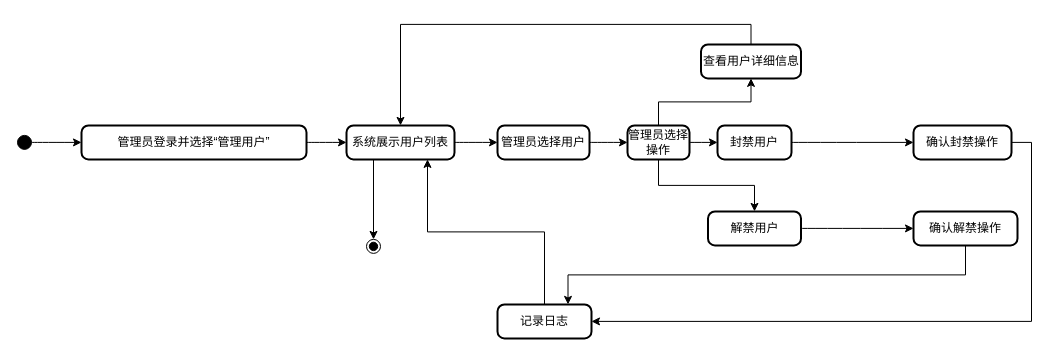
Above: page "行为建模" (2 of 2) of 文档/需求分析规约文档/三种建模/05管理用户用例建模.drawio in w1ntercube/TJ-SE-Design (draw.io), before the change. Source tidied: cells renumbered, new cells numbered last; positions are measured from the earlier drawing's top-left corner, leaving out a move shared by most shapes. Both pictures are drawn from the tidied source at 100%, with x=0, y=0 at pixel (17, 44).
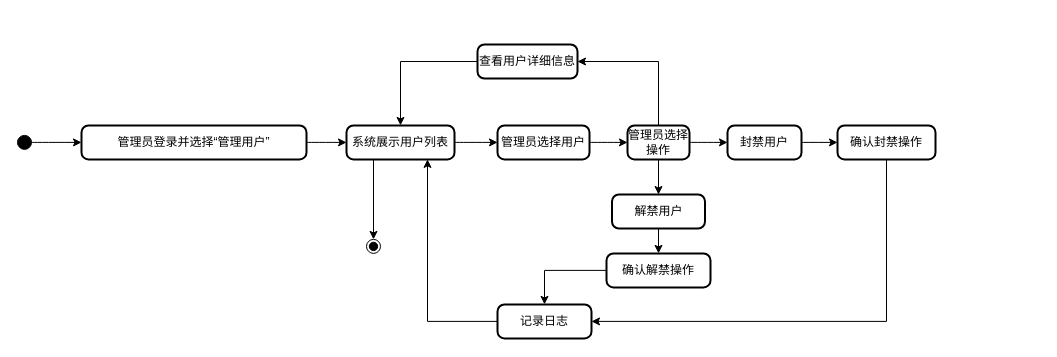
Above is the later version.

Unchanged cells that the change refers to:
```xml
<mxCell id="5" value="系统展示用户列表" style="rounded=1;absoluteArcSize=1;arcSize=14;whiteSpace=wrap;strokeWidth=2;" parent="1" vertex="1">
  <mxGeometry x="329" y="80.9" width="108" height="34" as="geometry" />
</mxCell>
<mxCell id="9" value="管理员选择操作" style="rounded=1;absoluteArcSize=1;arcSize=14;whiteSpace=wrap;strokeWidth=2;" parent="1" vertex="1">
  <mxGeometry x="610" y="80.9" width="62" height="34" as="geometry" />
</mxCell>
<mxCell id="16" value="记录日志" style="rounded=1;absoluteArcSize=1;arcSize=14;whiteSpace=wrap;strokeWidth=2;" parent="1" vertex="1">
  <mxGeometry x="480" y="259.9" width="94" height="34" as="geometry" />
</mxCell>
```

The edit, as a diff of the source:
```diff
@@
-    <mxCell id="7" style="edgeStyle=orthogonalEdgeStyle;rounded=0;jettySize=auto;html=1;exitX=0.5;exitY=0;exitDx=0;exitDy=0;" parent="1" edge="1" source="9" target="11">
+    <mxCell id="7" style="edgeStyle=orthogonalEdgeStyle;rounded=0;jettySize=auto;html=1;exitX=0.5;exitY=0;exitDx=0;exitDy=0;entryX=1;entryY=0.5;entryDx=0;entryDy=0;" parent="1" edge="1" source="9" target="11">
       <mxGeometry relative="1" as="geometry" />
     </mxCell>
@@
-    <mxCell id="10" style="edgeStyle=orthogonalEdgeStyle;rounded=0;jettySize=auto;html=1;exitX=0.5;exitY=0;exitDx=0;exitDy=0;" parent="1" edge="1" source="11" target="5">
+    <mxCell id="10" style="edgeStyle=orthogonalEdgeStyle;rounded=0;jettySize=auto;html=1;exitX=0;exitY=0.5;exitDx=0;exitDy=0;" parent="1" edge="1" source="11" target="5">
       <mxGeometry relative="1" as="geometry" />
     </mxCell>
     <mxCell id="11" value="查看用户详细信息" style="rounded=1;absoluteArcSize=1;arcSize=14;whiteSpace=wrap;strokeWidth=2;" parent="1" vertex="1">
-      <mxGeometry x="683.5" y="-0.1" width="100" height="34" as="geometry" />
+      <mxGeometry x="460" width="100" height="34" as="geometry" />
     </mxCell>
     <mxCell id="12" value="封禁用户" style="rounded=1;absoluteArcSize=1;arcSize=14;whiteSpace=wrap;strokeWidth=2;" parent="1" vertex="1">
-      <mxGeometry x="700" y="80.9" width="74" height="34" as="geometry" />
+      <mxGeometry x="710" y="80.9" width="74" height="34" as="geometry" />
     </mxCell>
-    <mxCell id="13" style="edgeStyle=orthogonalEdgeStyle;rounded=0;jettySize=auto;html=1;exitX=1;exitY=0.5;exitDx=0;exitDy=0;entryX=1;entryY=0.5;entryDx=0;entryDy=0;" parent="1" edge="1" source="14" target="16">
+    <mxCell id="13" style="edgeStyle=orthogonalEdgeStyle;rounded=0;jettySize=auto;html=1;exitX=0.5;exitY=1;exitDx=0;exitDy=0;entryX=1;entryY=0.5;entryDx=0;entryDy=0;" parent="1" edge="1" source="14" target="16">
       <mxGeometry relative="1" as="geometry" />
     </mxCell>
     <mxCell id="14" value="确认封禁操作" style="rounded=1;absoluteArcSize=1;arcSize=14;whiteSpace=wrap;strokeWidth=2;" parent="1" vertex="1">
-      <mxGeometry x="896" y="80.9" width="98" height="34" as="geometry" />
+      <mxGeometry x="820" y="80.9" width="98" height="34" as="geometry" />
     </mxCell>
-    <mxCell id="15" style="edgeStyle=orthogonalEdgeStyle;rounded=0;jettySize=auto;html=1;exitX=0.5;exitY=0;exitDx=0;exitDy=0;entryX=0.75;entryY=1;entryDx=0;entryDy=0;" parent="1" edge="1" source="16" target="5">
+    <mxCell id="15" style="edgeStyle=orthogonalEdgeStyle;rounded=0;jettySize=auto;html=1;exitX=0;exitY=0.5;exitDx=0;exitDy=0;entryX=0.75;entryY=1;entryDx=0;entryDy=0;" parent="1" edge="1" source="16" target="5">
       <mxGeometry relative="1" as="geometry" />
     </mxCell>
@@
+    <mxCell id="27" style="edgeStyle=orthogonalEdgeStyle;rounded=0;jettySize=auto;html=1;entryX=0.5;entryY=0;entryDx=0;entryDy=0;exitX=0.5;exitY=1;exitDx=0;exitDy=0;" parent="1" edge="1" source="17" target="19">
+      <mxGeometry relative="1" as="geometry" />
+    </mxCell>
     <mxCell id="17" value="解禁用户" style="rounded=1;absoluteArcSize=1;arcSize=14;whiteSpace=wrap;strokeWidth=2;" parent="1" vertex="1">
-      <mxGeometry x="690.5" y="166.9" width="93" height="34" as="geometry" />
+      <mxGeometry x="594.5" y="150" width="93" height="34" as="geometry" />
     </mxCell>
-    <mxCell id="18" style="edgeStyle=orthogonalEdgeStyle;rounded=0;jettySize=auto;html=1;exitX=0.5;exitY=1;exitDx=0;exitDy=0;entryX=0.75;entryY=0;entryDx=0;entryDy=0;" parent="1" edge="1" source="19" target="16">
+    <mxCell id="18" style="edgeStyle=orthogonalEdgeStyle;rounded=0;jettySize=auto;html=1;entryX=0.5;entryY=0;entryDx=0;entryDy=0;" parent="1" edge="1" source="19" target="16">
       <mxGeometry relative="1" as="geometry" />
     </mxCell>
     <mxCell id="19" value="确认解禁操作" style="rounded=1;absoluteArcSize=1;arcSize=14;whiteSpace=wrap;strokeWidth=2;" parent="1" vertex="1">
-      <mxGeometry x="896" y="166.9" width="104" height="34" as="geometry" />
+      <mxGeometry x="589" y="208.9" width="104" height="34" as="geometry" />
     </mxCell>
@@
-    <mxCell id="27" style="curved=1;startArrow=none;exitX=1;exitY=0.5;entryX=0;entryY=0.5;rounded=0;" parent="1" edge="1" source="17" target="19">
-      <mxGeometry relative="1" as="geometry" />
-    </mxCell>
```
